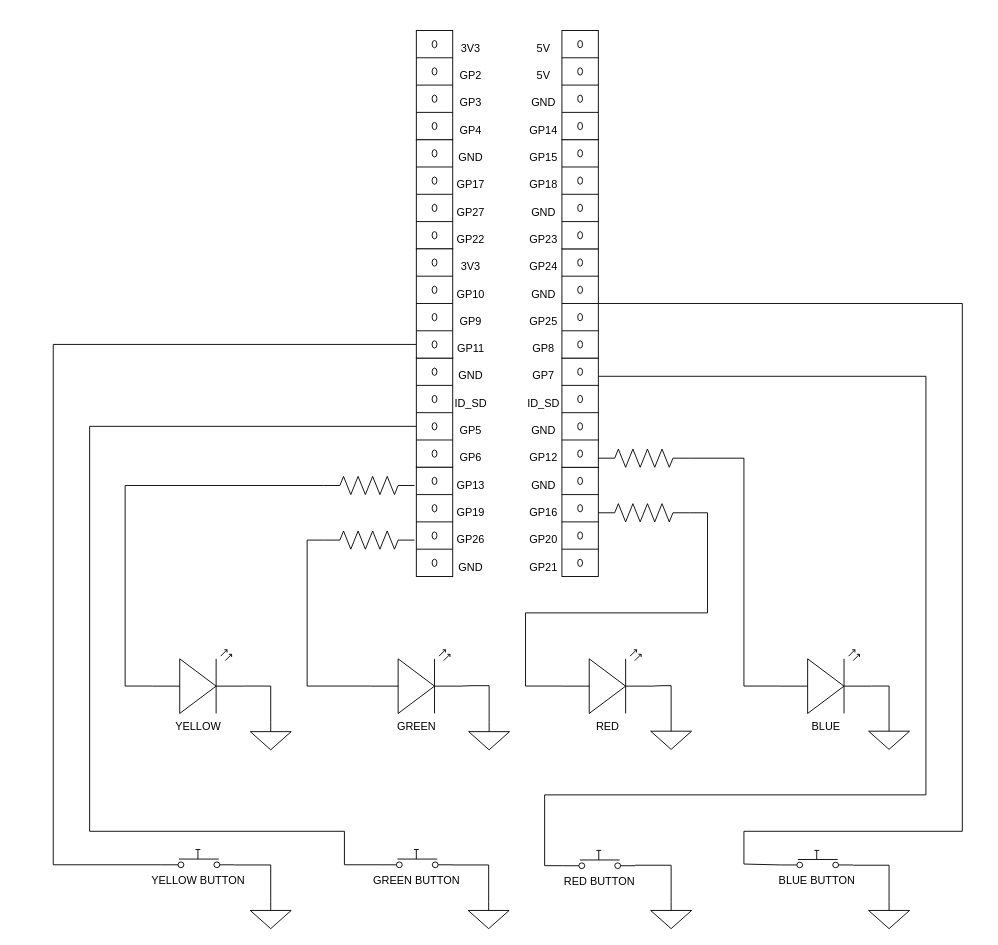
The draw.io diagram Simon_Wiring_Schematic.drawio in stephenspruill/Final-Project-Simon-Says, before the edit. Source tidied: cells renumbered, new cells numbered last; positions are measured from the earlier drawing's top-left corner, leaving out a move shared by most shapes. Both pictures are drawn from the tidied source at 91%, with x=0, y=0 at pixel (53, 30).
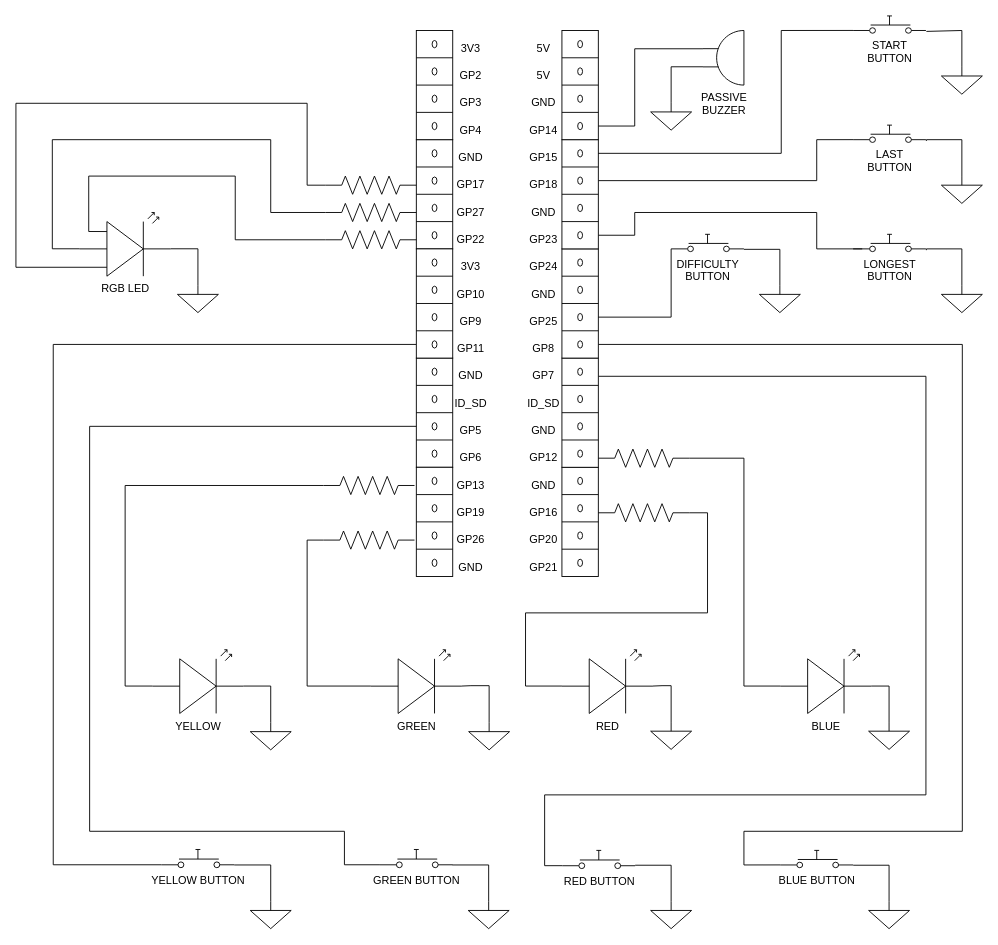
The same page after the edit.

Unchanged cells that the change refers to:
```xml
<mxCell id="9" value="BLUE BUTTON" style="verticalLabelPosition=bottom;shadow=0;dashed=0;align=center;fillColor=#ffffff;html=1;verticalAlign=top;strokeWidth=1;shape=mxgraph.electrical.electro-mechanical.push_switch_no;" parent="1" vertex="1">
  <mxGeometry x="799" y="901" width="80" height="19" as="geometry" />
</mxCell>
<mxCell id="17" style="verticalLabelPosition=bottom;shadow=0;dashed=0;align=center;fillColor=#ffffff;html=1;verticalAlign=top;strokeWidth=1;shape=mxgraph.electrical.miscellaneous.terminal_board;" parent="1" vertex="1">
  <mxGeometry x="559" y="240" width="40" height="120" as="geometry" />
</mxCell>
<mxCell id="18" style="verticalLabelPosition=bottom;shadow=0;dashed=0;align=center;fillColor=#ffffff;html=1;verticalAlign=top;strokeWidth=1;shape=mxgraph.electrical.miscellaneous.terminal_board;" parent="1" vertex="1">
  <mxGeometry x="559" y="120" width="40" height="120" as="geometry" />
</mxCell>
<mxCell id="21" style="verticalLabelPosition=bottom;shadow=0;dashed=0;align=center;fillColor=#ffffff;html=1;verticalAlign=top;strokeWidth=1;shape=mxgraph.electrical.miscellaneous.terminal_board;" parent="1" vertex="1">
  <mxGeometry x="559" width="40" height="120" as="geometry" />
</mxCell>
```

What changed in the source:
```diff
@@
-    <mxCell id="16" style="edgeStyle=orthogonalEdgeStyle;rounded=0;jettySize=auto;html=1;entryX=0;entryY=0.84;entryDx=0;entryDy=0;entryPerimeter=0;endArrow=none;endFill=0;" parent="1" edge="1" source="17" target="9">
+    <mxCell id="16" style="edgeStyle=orthogonalEdgeStyle;rounded=0;jettySize=auto;html=1;entryX=0;entryY=0.84;entryDx=0;entryDy=0;entryPerimeter=0;endArrow=none;endFill=0;exitX=1;exitY=0.875;exitDx=0;exitDy=0;exitPerimeter=0;" parent="1" edge="1" source="17" target="9">
       <mxGeometry relative="1" as="geometry">
         <Array as="points">
-          <mxPoint x="999" y="300" />
+          <mxPoint x="999" y="345" />
           <mxPoint x="999" y="880" />
           <mxPoint x="759" y="880" />
-          <mxPoint x="759" y="916" />
+          <mxPoint x="759" y="917" />
         </Array>
       </mxGeometry>
     </mxCell>
@@
+    <mxCell id="88" style="edgeStyle=orthogonalEdgeStyle;rounded=0;jettySize=auto;html=1;entryX=0;entryY=0.84;entryDx=0;entryDy=0;entryPerimeter=0;endArrow=none;endFill=0;exitX=1;exitY=0.625;exitDx=0;exitDy=0;exitPerimeter=0;" parent="1" edge="1" source="17" target="102">
+      <mxGeometry relative="1" as="geometry">
+        <Array as="points">
+          <mxPoint x="679" y="315" />
+        </Array>
+      </mxGeometry>
+    </mxCell>
+    <mxCell id="89" style="edgeStyle=orthogonalEdgeStyle;rounded=0;jettySize=auto;html=1;entryX=0;entryY=0.84;entryDx=0;entryDy=0;entryPerimeter=0;endArrow=none;endFill=0;exitX=1;exitY=0.375;exitDx=0;exitDy=0;exitPerimeter=0;" parent="1" edge="1" source="18" target="111">
+      <mxGeometry relative="1" as="geometry">
+        <Array as="points">
+          <mxPoint x="839" y="165" />
+          <mxPoint x="839" y="120" />
+        </Array>
+      </mxGeometry>
+    </mxCell>
+    <mxCell id="90" style="edgeStyle=orthogonalEdgeStyle;rounded=0;jettySize=auto;html=1;entryX=0.125;entryY=0.842;entryDx=0;entryDy=0;entryPerimeter=0;endArrow=none;endFill=0;exitX=1;exitY=0.875;exitDx=0;exitDy=0;exitPerimeter=0;" parent="1" edge="1" source="18" target="114">
+      <mxGeometry relative="1" as="geometry">
+        <Array as="points">
+          <mxPoint x="639" y="225" />
+          <mxPoint x="639" y="200" />
+          <mxPoint x="839" y="200" />
+          <mxPoint x="839" y="240" />
+        </Array>
+      </mxGeometry>
+    </mxCell>
@@
+    <mxCell id="91" style="edgeStyle=orthogonalEdgeStyle;rounded=0;jettySize=auto;html=1;endArrow=none;endFill=0;entryX=0;entryY=0.5;entryDx=0;entryDy=0;entryPerimeter=0;exitX=0.305;exitY=0.299;exitDx=0;exitDy=0;exitPerimeter=0;" parent="1" edge="1" source="92" target="95">
+      <mxGeometry relative="1" as="geometry">
+        <Array as="points">
+          <mxPoint x="39" y="221" />
+          <mxPoint x="39" y="160" />
+          <mxPoint x="200" y="160" />
+          <mxPoint x="200" y="230" />
+        </Array>
+      </mxGeometry>
+    </mxCell>
+    <mxCell id="92" value="RGB LED" style="verticalLabelPosition=bottom;shadow=0;dashed=0;align=center;fillColor=#ffffff;html=1;verticalAlign=top;strokeWidth=1;shape=mxgraph.electrical.opto_electronics.led_2;" parent="1" vertex="1">
+      <mxGeometry x="29" y="200" width="100" height="70" as="geometry" />
+    </mxCell>
+    <mxCell id="93" style="edgeStyle=orthogonalEdgeStyle;rounded=0;jettySize=auto;html=1;entryX=1;entryY=0.57;entryDx=0;entryDy=0;entryPerimeter=0;endArrow=none;endFill=0;" parent="1" edge="1" source="94" target="92">
+      <mxGeometry relative="1" as="geometry">
+        <Array as="points">
+          <mxPoint x="159" y="239.5" />
+        </Array>
+      </mxGeometry>
+    </mxCell>
+    <mxCell id="94" style="verticalLabelPosition=bottom;shadow=0;dashed=0;align=center;fillColor=#ffffff;html=1;verticalAlign=top;strokeWidth=1;shape=mxgraph.electrical.signal_sources.signal_ground;" parent="1" vertex="1">
+      <mxGeometry x="136.5" y="280" width="45" height="30" as="geometry" />
+    </mxCell>
+    <mxCell id="95" style="verticalLabelPosition=bottom;shadow=0;dashed=0;align=center;fillColor=#ffffff;html=1;verticalAlign=top;strokeWidth=1;shape=mxgraph.electrical.resistors.resistor_2;" parent="1" vertex="1">
+      <mxGeometry x="299" y="220" width="100" height="20" as="geometry" />
+    </mxCell>
+    <mxCell id="96" style="edgeStyle=orthogonalEdgeStyle;rounded=0;jettySize=auto;html=1;endArrow=none;endFill=0;exitX=0;exitY=0.5;exitDx=0;exitDy=0;exitPerimeter=0;entryX=0.3;entryY=0.86;entryDx=0;entryDy=0;entryPerimeter=0;" parent="1" edge="1" source="97" target="92">
+      <mxGeometry relative="1" as="geometry">
+        <Array as="points">
+          <mxPoint x="279" y="170" />
+          <mxPoint x="279" y="80" />
+          <mxPoint x="-41" y="80" />
+          <mxPoint x="-41" y="260" />
+        </Array>
+      </mxGeometry>
+    </mxCell>
+    <mxCell id="97" style="verticalLabelPosition=bottom;shadow=0;dashed=0;align=center;fillColor=#ffffff;html=1;verticalAlign=top;strokeWidth=1;shape=mxgraph.electrical.resistors.resistor_2;" parent="1" vertex="1">
+      <mxGeometry x="299" y="160" width="100" height="20" as="geometry" />
+    </mxCell>
+    <mxCell id="98" style="edgeStyle=orthogonalEdgeStyle;rounded=0;jettySize=auto;html=1;endArrow=none;endFill=0;exitX=0;exitY=0.5;exitDx=0;exitDy=0;exitPerimeter=0;entryX=0;entryY=0.57;entryDx=0;entryDy=0;entryPerimeter=0;" parent="1" edge="1" source="99" target="92">
+      <mxGeometry relative="1" as="geometry">
+        <Array as="points">
+          <mxPoint x="239" y="200" />
+          <mxPoint x="239" y="120" />
+          <mxPoint x="-1" y="120" />
+          <mxPoint x="-1" y="240" />
+        </Array>
+      </mxGeometry>
+    </mxCell>
+    <mxCell id="99" style="verticalLabelPosition=bottom;shadow=0;dashed=0;align=center;fillColor=#ffffff;html=1;verticalAlign=top;strokeWidth=1;shape=mxgraph.electrical.resistors.resistor_2;" parent="1" vertex="1">
+      <mxGeometry x="299" y="190" width="100" height="20" as="geometry" />
+    </mxCell>
+    <mxCell id="100" style="edgeStyle=orthogonalEdgeStyle;rounded=0;jettySize=auto;html=1;entryX=1;entryY=0.875;entryDx=0;entryDy=0;entryPerimeter=0;endArrow=none;endFill=0;exitX=1;exitY=0.665;exitDx=0;exitDy=0;exitPerimeter=0;" parent="1" edge="1" source="101" target="21">
+      <mxGeometry relative="1" as="geometry">
+        <Array as="points">
+          <mxPoint x="639" y="20" />
+          <mxPoint x="639" y="105" />
+        </Array>
+      </mxGeometry>
+    </mxCell>
+    <mxCell id="101" value="&lt;div&gt;PASSIVE&lt;/div&gt;&lt;div&gt;BUZZER&lt;br&gt;&lt;/div&gt;" style="verticalLabelPosition=bottom;shadow=0;dashed=0;align=center;fillColor=#ffffff;html=1;verticalAlign=top;strokeWidth=1;shape=mxgraph.electrical.electro-mechanical.buzzer;direction=west;" parent="1" vertex="1">
+      <mxGeometry x="714" width="45" height="60" as="geometry" />
+    </mxCell>
+    <mxCell id="102" value="&lt;div&gt;DIFFICULTY&lt;/div&gt;&lt;div&gt;BUTTON&lt;/div&gt;" style="verticalLabelPosition=bottom;shadow=0;dashed=0;align=center;fillColor=#ffffff;html=1;verticalAlign=top;strokeWidth=1;shape=mxgraph.electrical.electro-mechanical.push_switch_no;" parent="1" vertex="1">
+      <mxGeometry x="679" y="224" width="80" height="19" as="geometry" />
+    </mxCell>
+    <mxCell id="103" style="verticalLabelPosition=bottom;shadow=0;dashed=0;align=center;fillColor=#ffffff;html=1;verticalAlign=top;strokeWidth=1;shape=mxgraph.electrical.signal_sources.signal_ground;" parent="1" vertex="1">
+      <mxGeometry x="776" y="280" width="45" height="30" as="geometry" />
+    </mxCell>
+    <mxCell id="104" style="edgeStyle=orthogonalEdgeStyle;rounded=0;jettySize=auto;html=1;endArrow=none;endFill=0;" parent="1" edge="1" source="103">
+      <mxGeometry relative="1" as="geometry">
+        <mxPoint x="759" y="240.5" as="targetPoint" />
+        <Array as="points">
+          <mxPoint x="798" y="240" />
+        </Array>
+      </mxGeometry>
+    </mxCell>
+    <mxCell id="105" style="verticalLabelPosition=bottom;shadow=0;dashed=0;align=center;fillColor=#ffffff;html=1;verticalAlign=top;strokeWidth=1;shape=mxgraph.electrical.signal_sources.signal_ground;" parent="1" vertex="1">
+      <mxGeometry x="656.5" y="79.5" width="45" height="30" as="geometry" />
+    </mxCell>
+    <mxCell id="106" style="edgeStyle=orthogonalEdgeStyle;rounded=0;jettySize=auto;html=1;endArrow=none;endFill=0;entryX=1;entryY=0.335;entryDx=0;entryDy=0;entryPerimeter=0;" parent="1" edge="1" source="105" target="101">
+      <mxGeometry relative="1" as="geometry">
+        <Array as="points">
+          <mxPoint x="679" y="40" />
+        </Array>
+      </mxGeometry>
+    </mxCell>
+    <mxCell id="107" style="edgeStyle=orthogonalEdgeStyle;rounded=0;jettySize=auto;html=1;entryX=1;entryY=0.125;entryDx=0;entryDy=0;entryPerimeter=0;endArrow=none;endFill=0;exitX=0;exitY=0.84;exitDx=0;exitDy=0;exitPerimeter=0;" parent="1" edge="1" source="108" target="18">
+      <mxGeometry relative="1" as="geometry">
+        <Array as="points">
+          <mxPoint x="800" />
+          <mxPoint x="800" y="135" />
+        </Array>
+      </mxGeometry>
+    </mxCell>
+    <mxCell id="108" value="&lt;div&gt;START&lt;/div&gt;&lt;div&gt;BUTTON&lt;/div&gt;" style="verticalLabelPosition=bottom;shadow=0;dashed=0;align=center;fillColor=#ffffff;html=1;verticalAlign=top;strokeWidth=1;shape=mxgraph.electrical.electro-mechanical.push_switch_no;" parent="1" vertex="1">
+      <mxGeometry x="879" y="-16" width="80" height="19" as="geometry" />
+    </mxCell>
+    <mxCell id="109" style="verticalLabelPosition=bottom;shadow=0;dashed=0;align=center;fillColor=#ffffff;html=1;verticalAlign=top;strokeWidth=1;shape=mxgraph.electrical.signal_sources.signal_ground;" parent="1" vertex="1">
+      <mxGeometry x="976" y="40" width="45" height="30" as="geometry" />
+    </mxCell>
+    <mxCell id="110" style="edgeStyle=orthogonalEdgeStyle;rounded=0;jettySize=auto;html=1;endArrow=none;endFill=0;" parent="1" edge="1" source="109">
+      <mxGeometry relative="1" as="geometry">
+        <mxPoint x="959.5" y="1" as="targetPoint" />
+        <Array as="points">
+          <mxPoint x="998" />
+        </Array>
+      </mxGeometry>
+    </mxCell>
+    <mxCell id="111" value="&lt;div&gt;LAST&lt;br&gt;&lt;/div&gt;&lt;div&gt;BUTTON&lt;/div&gt;" style="verticalLabelPosition=bottom;shadow=0;dashed=0;align=center;fillColor=#ffffff;html=1;verticalAlign=top;strokeWidth=1;shape=mxgraph.electrical.electro-mechanical.push_switch_no;" parent="1" vertex="1">
+      <mxGeometry x="879" y="104" width="80" height="19" as="geometry" />
+    </mxCell>
+    <mxCell id="112" style="verticalLabelPosition=bottom;shadow=0;dashed=0;align=center;fillColor=#ffffff;html=1;verticalAlign=top;strokeWidth=1;shape=mxgraph.electrical.signal_sources.signal_ground;" parent="1" vertex="1">
+      <mxGeometry x="976" y="160" width="45" height="30" as="geometry" />
+    </mxCell>
+    <mxCell id="113" style="edgeStyle=orthogonalEdgeStyle;rounded=0;jettySize=auto;html=1;endArrow=none;endFill=0;" parent="1" edge="1" source="112">
+      <mxGeometry relative="1" as="geometry">
+        <mxPoint x="959.5" y="121.4" as="targetPoint" />
+        <Array as="points">
+          <mxPoint x="998" y="120" />
+        </Array>
+      </mxGeometry>
+    </mxCell>
+    <mxCell id="114" value="&lt;div&gt;LONGEST&lt;br&gt;&lt;/div&gt;&lt;div&gt;BUTTON&lt;/div&gt;" style="verticalLabelPosition=bottom;shadow=0;dashed=0;align=center;fillColor=#ffffff;html=1;verticalAlign=top;strokeWidth=1;shape=mxgraph.electrical.electro-mechanical.push_switch_no;" parent="1" vertex="1">
+      <mxGeometry x="879" y="224" width="80" height="19" as="geometry" />
+    </mxCell>
+    <mxCell id="115" style="verticalLabelPosition=bottom;shadow=0;dashed=0;align=center;fillColor=#ffffff;html=1;verticalAlign=top;strokeWidth=1;shape=mxgraph.electrical.signal_sources.signal_ground;" parent="1" vertex="1">
+      <mxGeometry x="976" y="280" width="45" height="30" as="geometry" />
+    </mxCell>
+    <mxCell id="116" style="edgeStyle=orthogonalEdgeStyle;rounded=0;jettySize=auto;html=1;endArrow=none;endFill=0;" parent="1" edge="1" source="115">
+      <mxGeometry relative="1" as="geometry">
+        <mxPoint x="959.5" y="241.4" as="targetPoint" />
+        <Array as="points">
+          <mxPoint x="998" y="240" />
+        </Array>
+      </mxGeometry>
+    </mxCell>
```
